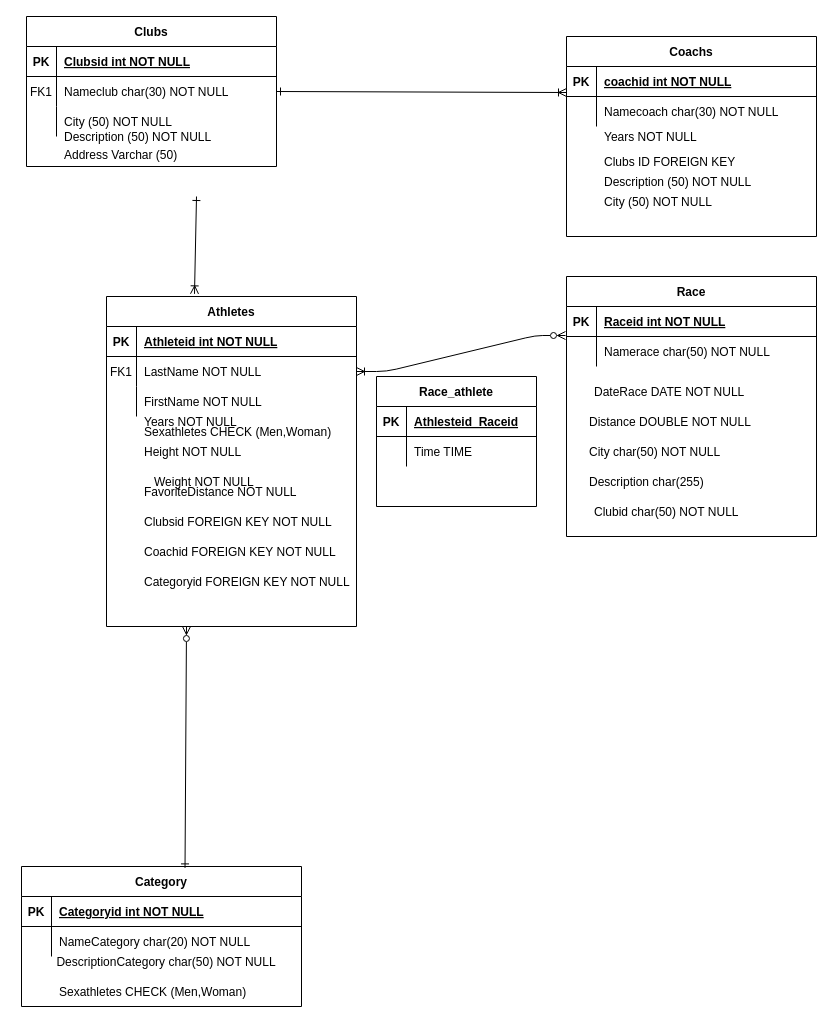
The draw.io diagram ModeleBDD_apitrain.drawio in MaximeRenard/apitrain, before the edit. Source tidied: cells renumbered, new cells numbered last; positions are measured from the earlier drawing's top-left corner, leaving out a move shared by most shapes. Both pictures are drawn from the tidied source at 100%, with x=0, y=0 at pixel (16, 16).
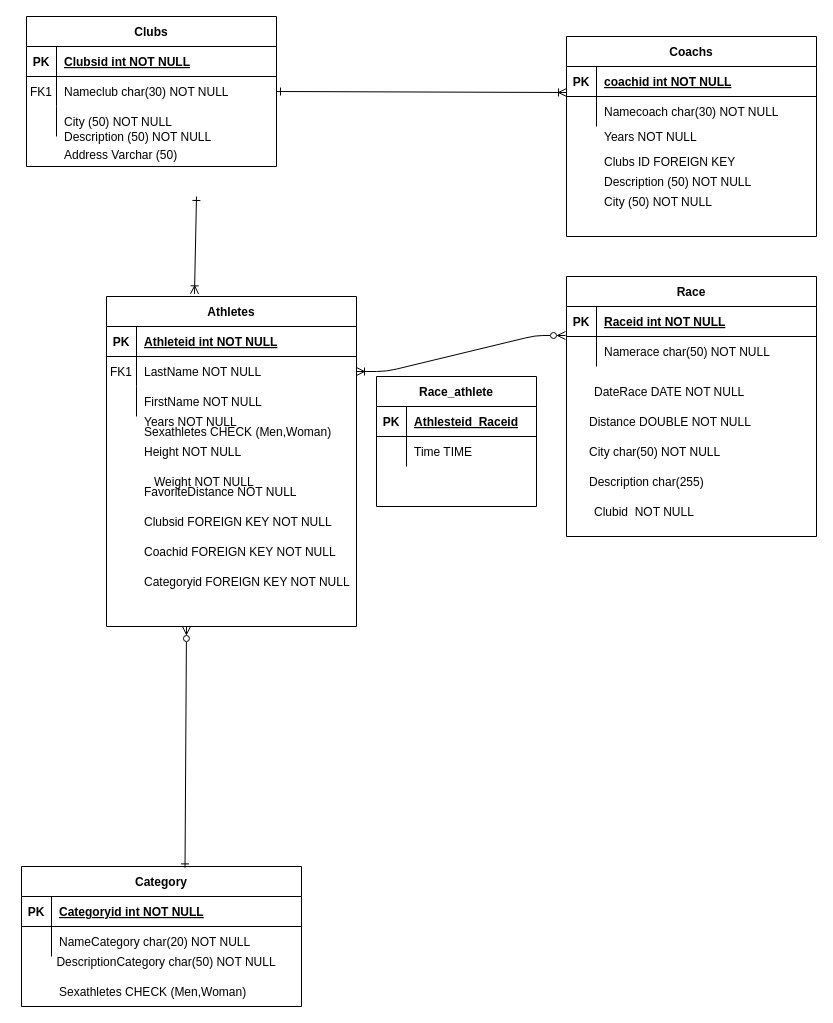
The same diagram, later.

What changed in the source:
```diff
@@
-    <mxCell id="76" value="Clubid char(50) NOT NULL" style="shape=partialRectangle;overflow=hidden;fillColor=none;top=0;left=0;bottom=0;right=0;align=left;spacingLeft=6;" parent="1" vertex="1">
+    <mxCell id="76" value="Clubid  NOT NULL" style="shape=partialRectangle;overflow=hidden;fillColor=none;top=0;left=0;bottom=0;right=0;align=left;spacingLeft=6;" parent="1" vertex="1">
       <mxGeometry x="570" y="480" width="220" height="30" as="geometry" />
     </mxCell>
```
